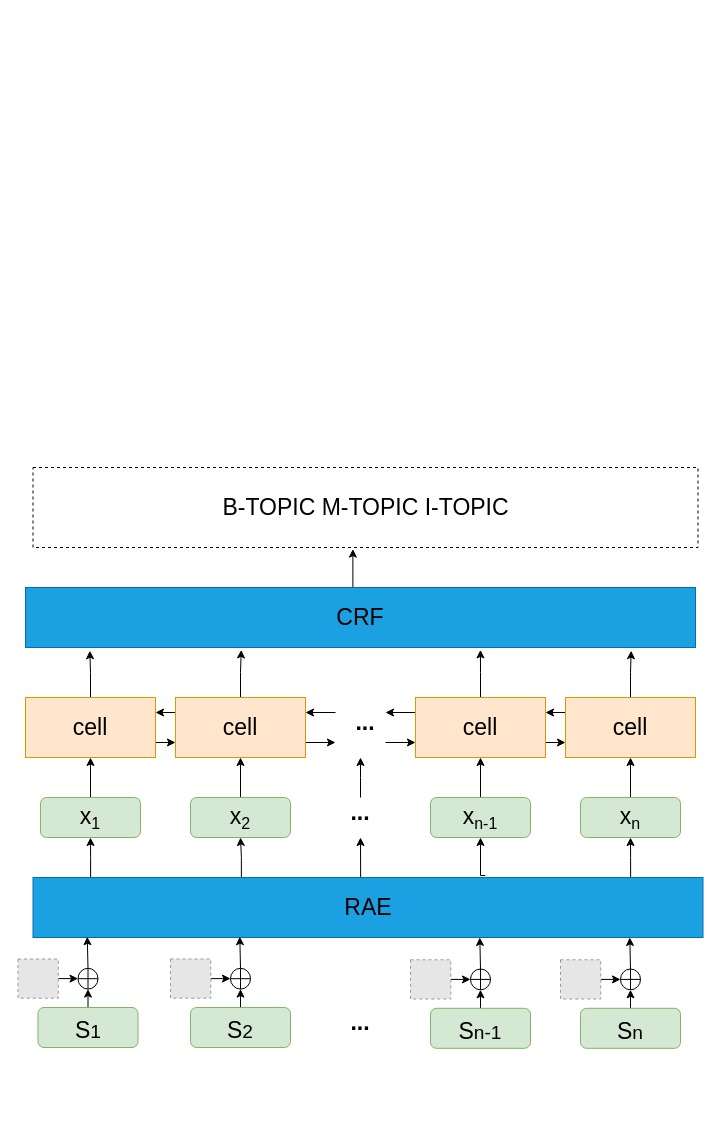
Earlier version of the draw.io diagram paper/对话摘要主题模型.drawio (jacmule/drwaIO). Source tidied: cells renumbered, new cells numbered last; positions are measured from the earlier drawing's top-left corner, leaving out a move shared by most shapes. Both pictures are drawn from the tidied source at 100%, with x=0, y=0 at pixel (17, 467). Pictures stored in the file or linked from it are replaced by grey dashed boxes.
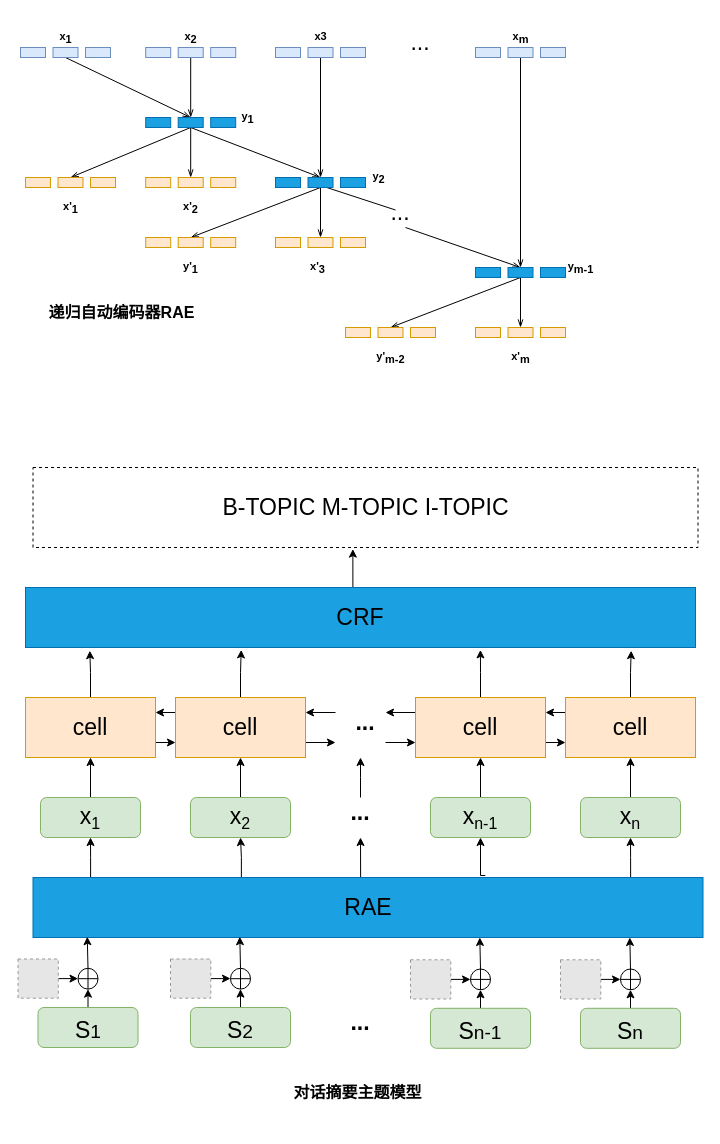
The same page after the edit.

Commit message:
增加 递归自动编码器

What changed in the source:
```diff
@@
+    <mxCell id="63" style="rounded=0;whiteSpace=wrap;html=1;fontSize=23;strokeWidth=1;fillColor=#dae8fc;strokeColor=#6c8ebf;" parent="1" vertex="1">
+      <mxGeometry x="3" y="-420" width="25" height="10" as="geometry" />
+    </mxCell>
+    <mxCell id="64" style="edgeStyle=none;rounded=0;jettySize=auto;html=1;exitX=0.5;exitY=1;exitDx=0;exitDy=0;entryX=0.5;entryY=0;entryDx=0;entryDy=0;fontSize=23;fontColor=#000000;strokeWidth=1;endArrow=openThin;endFill=0;" parent="1" edge="1" source="65" target="83">
+      <mxGeometry relative="1" as="geometry" />
+    </mxCell>
+    <mxCell id="65" style="rounded=0;whiteSpace=wrap;html=1;fontSize=23;strokeWidth=1;fillColor=#dae8fc;strokeColor=#6c8ebf;" parent="1" vertex="1">
+      <mxGeometry x="35.5" y="-420" width="25" height="10" as="geometry" />
+    </mxCell>
+    <mxCell id="66" style="rounded=0;whiteSpace=wrap;html=1;fontSize=23;strokeWidth=1;fillColor=#dae8fc;strokeColor=#6c8ebf;" parent="1" vertex="1">
+      <mxGeometry x="68" y="-420" width="25" height="10" as="geometry" />
+    </mxCell>
+    <mxCell id="67" style="rounded=0;whiteSpace=wrap;html=1;fontSize=23;strokeWidth=1;fillColor=#dae8fc;strokeColor=#6c8ebf;" parent="1" vertex="1">
+      <mxGeometry x="128.2" y="-420" width="25" height="10" as="geometry" />
+    </mxCell>
+    <mxCell id="68" style="edgeStyle=none;rounded=0;jettySize=auto;html=1;exitX=0.5;exitY=1;exitDx=0;exitDy=0;entryX=0.5;entryY=0;entryDx=0;entryDy=0;fontSize=23;fontColor=#000000;endArrow=openThin;endFill=0;" parent="1" edge="1" source="69" target="83">
+      <mxGeometry relative="1" as="geometry" />
+    </mxCell>
+    <mxCell id="69" style="rounded=0;whiteSpace=wrap;html=1;fontSize=23;strokeWidth=1;fillColor=#dae8fc;strokeColor=#6c8ebf;" parent="1" vertex="1">
+      <mxGeometry x="160.7" y="-420" width="25" height="10" as="geometry" />
+    </mxCell>
+    <mxCell id="70" style="rounded=0;whiteSpace=wrap;html=1;fontSize=23;strokeWidth=1;fillColor=#dae8fc;strokeColor=#6c8ebf;" parent="1" vertex="1">
+      <mxGeometry x="193.2" y="-420" width="25" height="10" as="geometry" />
+    </mxCell>
+    <mxCell id="71" style="rounded=0;whiteSpace=wrap;html=1;fontSize=23;strokeWidth=1;fillColor=#dae8fc;strokeColor=#6c8ebf;" parent="1" vertex="1">
+      <mxGeometry x="258" y="-420" width="25" height="10" as="geometry" />
+    </mxCell>
+    <mxCell id="72" style="edgeStyle=none;rounded=0;jettySize=auto;html=1;exitX=0.5;exitY=1;exitDx=0;exitDy=0;fontSize=23;fontColor=#000000;endArrow=openThin;endFill=0;strokeWidth=1;" parent="1" edge="1" source="73">
+      <mxGeometry relative="1" as="geometry">
+        <mxPoint x="303" y="-290" as="targetPoint" />
+      </mxGeometry>
+    </mxCell>
+    <mxCell id="73" style="rounded=0;whiteSpace=wrap;html=1;fontSize=23;strokeWidth=1;fillColor=#dae8fc;strokeColor=#6c8ebf;" parent="1" vertex="1">
+      <mxGeometry x="290.5" y="-420" width="25" height="10" as="geometry" />
+    </mxCell>
+    <mxCell id="74" style="rounded=0;whiteSpace=wrap;html=1;fontSize=23;strokeWidth=1;fillColor=#dae8fc;strokeColor=#6c8ebf;" parent="1" vertex="1">
+      <mxGeometry x="323" y="-420" width="25" height="10" as="geometry" />
+    </mxCell>
+    <mxCell id="75" style="rounded=0;whiteSpace=wrap;html=1;fontSize=23;strokeWidth=1;fillColor=#dae8fc;strokeColor=#6c8ebf;" parent="1" vertex="1">
+      <mxGeometry x="458" y="-420" width="25" height="10" as="geometry" />
+    </mxCell>
+    <mxCell id="76" style="edgeStyle=none;rounded=0;jettySize=auto;html=1;exitX=0.5;exitY=1;exitDx=0;exitDy=0;entryX=0.5;entryY=0;entryDx=0;entryDy=0;fontSize=23;fontColor=#000000;endArrow=openThin;endFill=0;strokeWidth=1;" parent="1" edge="1" source="77" target="109">
+      <mxGeometry relative="1" as="geometry" />
+    </mxCell>
+    <mxCell id="77" style="rounded=0;whiteSpace=wrap;html=1;fontSize=23;strokeWidth=1;fillColor=#dae8fc;strokeColor=#6c8ebf;" parent="1" vertex="1">
+      <mxGeometry x="490.5" y="-420" width="25" height="10" as="geometry" />
+    </mxCell>
+    <mxCell id="78" style="rounded=0;whiteSpace=wrap;html=1;fontSize=23;strokeWidth=1;fillColor=#dae8fc;strokeColor=#6c8ebf;" parent="1" vertex="1">
+      <mxGeometry x="523" y="-420" width="25" height="10" as="geometry" />
+    </mxCell>
+    <mxCell id="79" style="rounded=0;whiteSpace=wrap;html=1;fontSize=23;fontColor=#ffffff;strokeWidth=1;fillColor=#1ba1e2;strokeColor=#006EAF;" parent="1" vertex="1">
+      <mxGeometry x="128.2" y="-350" width="25" height="10" as="geometry" />
+    </mxCell>
+    <mxCell id="80" style="edgeStyle=none;rounded=0;jettySize=auto;html=1;exitX=0.5;exitY=1;exitDx=0;exitDy=0;entryX=0.5;entryY=0;entryDx=0;entryDy=0;fontSize=23;fontColor=#000000;endArrow=openThin;endFill=0;" parent="1" edge="1" source="83" target="86">
+      <mxGeometry relative="1" as="geometry" />
+    </mxCell>
+    <mxCell id="81" style="edgeStyle=none;rounded=0;jettySize=auto;html=1;exitX=0.5;exitY=1;exitDx=0;exitDy=0;entryX=0.5;entryY=0;entryDx=0;entryDy=0;fontSize=23;fontColor=#000000;endArrow=openThin;endFill=0;" parent="1" edge="1" source="83" target="89">
+      <mxGeometry relative="1" as="geometry" />
+    </mxCell>
+    <mxCell id="82" style="edgeStyle=none;rounded=0;jettySize=auto;html=1;exitX=0.5;exitY=1;exitDx=0;exitDy=0;entryX=0.5;entryY=0;entryDx=0;entryDy=0;fontSize=23;fontColor=#000000;endArrow=openThin;endFill=0;strokeWidth=1;" parent="1" edge="1" source="83" target="95">
+      <mxGeometry relative="1" as="geometry" />
+    </mxCell>
+    <mxCell id="83" style="rounded=0;whiteSpace=wrap;html=1;fontSize=23;fontColor=#ffffff;strokeWidth=1;fillColor=#1ba1e2;strokeColor=#006EAF;" parent="1" vertex="1">
+      <mxGeometry x="160.7" y="-350" width="25" height="10" as="geometry" />
+    </mxCell>
+    <mxCell id="84" style="rounded=0;whiteSpace=wrap;html=1;fontSize=23;fontColor=#ffffff;strokeWidth=1;fillColor=#1ba1e2;strokeColor=#006EAF;" parent="1" vertex="1">
+      <mxGeometry x="193.2" y="-350" width="25" height="10" as="geometry" />
+    </mxCell>
+    <mxCell id="85" style="rounded=0;whiteSpace=wrap;html=1;fontSize=23;strokeWidth=1;fillColor=#ffe6cc;strokeColor=#d79b00;" parent="1" vertex="1">
+      <mxGeometry x="8" y="-290" width="25" height="10" as="geometry" />
+    </mxCell>
+    <mxCell id="86" style="rounded=0;whiteSpace=wrap;html=1;fontSize=23;strokeWidth=1;fillColor=#ffe6cc;strokeColor=#d79b00;" parent="1" vertex="1">
+      <mxGeometry x="40.5" y="-290" width="25" height="10" as="geometry" />
+    </mxCell>
+    <mxCell id="87" style="rounded=0;whiteSpace=wrap;html=1;fontSize=23;strokeWidth=1;fillColor=#ffe6cc;strokeColor=#d79b00;" parent="1" vertex="1">
+      <mxGeometry x="73" y="-290" width="25" height="10" as="geometry" />
+    </mxCell>
+    <mxCell id="88" style="rounded=0;whiteSpace=wrap;html=1;fontSize=23;strokeWidth=1;fillColor=#ffe6cc;strokeColor=#d79b00;" parent="1" vertex="1">
+      <mxGeometry x="128.2" y="-290" width="25" height="10" as="geometry" />
+    </mxCell>
+    <mxCell id="89" style="rounded=0;whiteSpace=wrap;html=1;fontSize=23;strokeWidth=1;fillColor=#ffe6cc;strokeColor=#d79b00;" parent="1" vertex="1">
+      <mxGeometry x="160.7" y="-290" width="25" height="10" as="geometry" />
+    </mxCell>
+    <mxCell id="90" style="rounded=0;whiteSpace=wrap;html=1;fontSize=23;strokeWidth=1;fillColor=#ffe6cc;strokeColor=#d79b00;" parent="1" vertex="1">
+      <mxGeometry x="193.2" y="-290" width="25" height="10" as="geometry" />
+    </mxCell>
+    <mxCell id="91" style="rounded=0;whiteSpace=wrap;html=1;fontSize=23;fontColor=#ffffff;strokeWidth=1;fillColor=#1ba1e2;strokeColor=#006EAF;" parent="1" vertex="1">
+      <mxGeometry x="258" y="-290" width="25" height="10" as="geometry" />
+    </mxCell>
+    <mxCell id="92" style="edgeStyle=none;rounded=0;jettySize=auto;html=1;exitX=0.5;exitY=1;exitDx=0;exitDy=0;entryX=0.5;entryY=0;entryDx=0;entryDy=0;fontSize=23;fontColor=#000000;endArrow=openThin;endFill=0;strokeWidth=1;" parent="1" edge="1" source="95" target="101">
+      <mxGeometry relative="1" as="geometry" />
+    </mxCell>
+    <mxCell id="93" style="edgeStyle=none;rounded=0;jettySize=auto;html=1;exitX=0.5;exitY=1;exitDx=0;exitDy=0;entryX=0.5;entryY=0;entryDx=0;entryDy=0;fontSize=23;fontColor=#000000;endArrow=openThin;endFill=0;strokeWidth=1;" parent="1" edge="1" source="95" target="98">
+      <mxGeometry relative="1" as="geometry" />
+    </mxCell>
+    <mxCell id="94" style="edgeStyle=none;rounded=0;jettySize=auto;html=1;exitX=0.75;exitY=1;exitDx=0;exitDy=0;fontSize=23;fontColor=#000000;endArrow=none;endFill=0;strokeWidth=1;entryX=0;entryY=0.25;entryDx=0;entryDy=0;" parent="1" edge="1" source="95" target="103">
+      <mxGeometry relative="1" as="geometry" />
+    </mxCell>
+    <mxCell id="95" style="rounded=0;whiteSpace=wrap;html=1;fontSize=23;fontColor=#ffffff;strokeWidth=1;fillColor=#1ba1e2;strokeColor=#006EAF;" parent="1" vertex="1">
+      <mxGeometry x="290.5" y="-290" width="25" height="10" as="geometry" />
+    </mxCell>
+    <mxCell id="96" style="rounded=0;whiteSpace=wrap;html=1;fontSize=23;fontColor=#ffffff;strokeWidth=1;fillColor=#1ba1e2;strokeColor=#006EAF;" parent="1" vertex="1">
+      <mxGeometry x="323" y="-290" width="25" height="10" as="geometry" />
+    </mxCell>
+    <mxCell id="97" style="rounded=0;whiteSpace=wrap;html=1;fontSize=23;strokeWidth=1;fillColor=#ffe6cc;strokeColor=#d79b00;" parent="1" vertex="1">
+      <mxGeometry x="258" y="-230" width="25" height="10" as="geometry" />
+    </mxCell>
+    <mxCell id="98" style="rounded=0;whiteSpace=wrap;html=1;fontSize=23;strokeWidth=1;fillColor=#ffe6cc;strokeColor=#d79b00;" parent="1" vertex="1">
+      <mxGeometry x="290.5" y="-230" width="25" height="10" as="geometry" />
+    </mxCell>
+    <mxCell id="99" style="rounded=0;whiteSpace=wrap;html=1;fontSize=23;strokeWidth=1;fillColor=#ffe6cc;strokeColor=#d79b00;" parent="1" vertex="1">
+      <mxGeometry x="323" y="-230" width="25" height="10" as="geometry" />
+    </mxCell>
+    <mxCell id="100" style="rounded=0;whiteSpace=wrap;html=1;fontSize=23;strokeWidth=1;fillColor=#ffe6cc;strokeColor=#d79b00;" parent="1" vertex="1">
+      <mxGeometry x="128.2" y="-230" width="25" height="10" as="geometry" />
+    </mxCell>
+    <mxCell id="101" style="rounded=0;whiteSpace=wrap;html=1;fontSize=23;strokeWidth=1;fillColor=#ffe6cc;strokeColor=#d79b00;" parent="1" vertex="1">
+      <mxGeometry x="160.7" y="-230" width="25" height="10" as="geometry" />
+    </mxCell>
+    <mxCell id="102" style="rounded=0;whiteSpace=wrap;html=1;fontSize=23;strokeWidth=1;fillColor=#ffe6cc;strokeColor=#d79b00;" parent="1" vertex="1">
+      <mxGeometry x="193.2" y="-230" width="25" height="10" as="geometry" />
+    </mxCell>
+    <mxCell id="103" value="..." style="text;html=1;strokeColor=none;fillColor=none;align=center;verticalAlign=middle;whiteSpace=wrap;rounded=0;fontSize=23;fontColor=#000000;" parent="1" vertex="1">
+      <mxGeometry x="378" y="-260" width="10" height="10" as="geometry" />
+    </mxCell>
+    <mxCell id="104" value="..." style="text;html=1;strokeColor=none;fillColor=none;align=center;verticalAlign=middle;whiteSpace=wrap;rounded=0;fontSize=23;fontColor=#000000;" parent="1" vertex="1">
+      <mxGeometry x="398" y="-430" width="10" height="10" as="geometry" />
+    </mxCell>
+    <mxCell id="105" style="endArrow=openThin;html=1;rounded=0;fontSize=23;fontColor=#000000;strokeWidth=1;entryX=0.5;entryY=0;entryDx=0;entryDy=0;endFill=0;" parent="1" edge="1" target="109">
+      <mxGeometry relative="1" as="geometry">
+        <mxPoint x="388" y="-240" as="sourcePoint" />
+      </mxGeometry>
+    </mxCell>
+    <mxCell id="106" style="rounded=0;whiteSpace=wrap;html=1;fontSize=23;fontColor=#ffffff;strokeWidth=1;fillColor=#1ba1e2;strokeColor=#006EAF;" parent="1" vertex="1">
+      <mxGeometry x="458" y="-200" width="25" height="10" as="geometry" />
+    </mxCell>
+    <mxCell id="107" style="edgeStyle=none;rounded=0;jettySize=auto;html=1;exitX=0.5;exitY=1;exitDx=0;exitDy=0;entryX=0.5;entryY=0;entryDx=0;entryDy=0;fontSize=23;fontColor=#000000;endArrow=openThin;endFill=0;strokeWidth=1;" parent="1" edge="1" source="109" target="115">
+      <mxGeometry relative="1" as="geometry" />
+    </mxCell>
+    <mxCell id="108" style="edgeStyle=none;rounded=0;jettySize=auto;html=1;exitX=0.5;exitY=1;exitDx=0;exitDy=0;entryX=0.5;entryY=0;entryDx=0;entryDy=0;fontSize=23;fontColor=#000000;endArrow=openThin;endFill=0;strokeWidth=1;" parent="1" edge="1" source="109" target="112">
+      <mxGeometry relative="1" as="geometry" />
+    </mxCell>
+    <mxCell id="109" style="rounded=0;whiteSpace=wrap;html=1;fontSize=23;fontColor=#ffffff;strokeWidth=1;fillColor=#1ba1e2;strokeColor=#006EAF;" parent="1" vertex="1">
+      <mxGeometry x="490.5" y="-200" width="25" height="10" as="geometry" />
+    </mxCell>
+    <mxCell id="110" style="rounded=0;whiteSpace=wrap;html=1;fontSize=23;fontColor=#ffffff;strokeWidth=1;fillColor=#1ba1e2;strokeColor=#006EAF;" parent="1" vertex="1">
+      <mxGeometry x="523" y="-200" width="25" height="10" as="geometry" />
+    </mxCell>
+    <mxCell id="111" style="rounded=0;whiteSpace=wrap;html=1;fontSize=23;strokeWidth=1;fillColor=#ffe6cc;strokeColor=#d79b00;" parent="1" vertex="1">
+      <mxGeometry x="458" y="-140" width="25" height="10" as="geometry" />
+    </mxCell>
+    <mxCell id="112" style="rounded=0;whiteSpace=wrap;html=1;fontSize=23;strokeWidth=1;fillColor=#ffe6cc;strokeColor=#d79b00;" parent="1" vertex="1">
+      <mxGeometry x="490.5" y="-140" width="25" height="10" as="geometry" />
+    </mxCell>
+    <mxCell id="113" style="rounded=0;whiteSpace=wrap;html=1;fontSize=23;strokeWidth=1;fillColor=#ffe6cc;strokeColor=#d79b00;" parent="1" vertex="1">
+      <mxGeometry x="523" y="-140" width="25" height="10" as="geometry" />
+    </mxCell>
+    <mxCell id="114" style="rounded=0;whiteSpace=wrap;html=1;fontSize=23;strokeWidth=1;fillColor=#ffe6cc;strokeColor=#d79b00;" parent="1" vertex="1">
+      <mxGeometry x="328" y="-140" width="25" height="10" as="geometry" />
+    </mxCell>
+    <mxCell id="115" style="rounded=0;whiteSpace=wrap;html=1;fontSize=23;strokeWidth=1;fillColor=#ffe6cc;strokeColor=#d79b00;" parent="1" vertex="1">
+      <mxGeometry x="360.5" y="-140" width="25" height="10" as="geometry" />
+    </mxCell>
+    <mxCell id="116" style="rounded=0;whiteSpace=wrap;html=1;fontSize=23;strokeWidth=1;fillColor=#ffe6cc;strokeColor=#d79b00;" parent="1" vertex="1">
+      <mxGeometry x="393" y="-140" width="25" height="10" as="geometry" />
+    </mxCell>
+    <mxCell id="117" value="&lt;font style=&quot;font-size: 11px&quot;&gt;&lt;b&gt;x&lt;sub style=&quot;font-size: 11px&quot;&gt;1&lt;/sub&gt;&lt;/b&gt;&lt;/font&gt;" style="text;html=1;strokeColor=none;fillColor=none;align=center;verticalAlign=middle;whiteSpace=wrap;rounded=0;fontSize=23;fontColor=#000000;" parent="1" vertex="1">
+      <mxGeometry x="20.5" y="-450" width="55" height="30" as="geometry" />
+    </mxCell>
+    <mxCell id="118" value="&lt;font style=&quot;font-size: 11px&quot;&gt;&lt;b&gt;x&lt;sub style=&quot;font-size: 11px&quot;&gt;2&lt;/sub&gt;&lt;/b&gt;&lt;/font&gt;" style="text;html=1;strokeColor=none;fillColor=none;align=center;verticalAlign=middle;whiteSpace=wrap;rounded=0;fontSize=23;fontColor=#000000;" parent="1" vertex="1">
+      <mxGeometry x="145.7" y="-450" width="55" height="30" as="geometry" />
+    </mxCell>
+    <mxCell id="119" value="&lt;font style=&quot;font-size: 11px&quot;&gt;&lt;b&gt;x3&lt;/b&gt;&lt;/font&gt;" style="text;html=1;strokeColor=none;fillColor=none;align=center;verticalAlign=middle;whiteSpace=wrap;rounded=0;fontSize=23;fontColor=#000000;" parent="1" vertex="1">
+      <mxGeometry x="275.5" y="-450" width="55" height="30" as="geometry" />
+    </mxCell>
+    <mxCell id="120" value="&lt;font style=&quot;font-size: 11px&quot;&gt;&lt;b&gt;x&lt;sub style=&quot;font-size: 11px&quot;&gt;m&lt;/sub&gt;&lt;/b&gt;&lt;/font&gt;" style="text;html=1;strokeColor=none;fillColor=none;align=center;verticalAlign=middle;whiteSpace=wrap;rounded=0;fontSize=23;fontColor=#000000;" parent="1" vertex="1">
+      <mxGeometry x="475.5" y="-450" width="55" height="30" as="geometry" />
+    </mxCell>
+    <mxCell id="121" value="&lt;font style=&quot;font-size: 11px&quot;&gt;&lt;b&gt;y&lt;sub style=&quot;font-size: 11px&quot;&gt;1&lt;/sub&gt;&lt;/b&gt;&lt;/font&gt;" style="text;html=1;strokeColor=none;fillColor=none;align=center;verticalAlign=middle;whiteSpace=wrap;rounded=0;fontSize=23;fontColor=#000000;" parent="1" vertex="1">
+      <mxGeometry x="203" y="-370" width="55" height="30" as="geometry" />
+    </mxCell>
+    <mxCell id="122" value="&lt;font style=&quot;font-size: 11px&quot;&gt;&lt;b&gt;y&lt;sub style=&quot;font-size: 11px&quot;&gt;2&lt;/sub&gt;&lt;/b&gt;&lt;/font&gt;" style="text;html=1;strokeColor=none;fillColor=none;align=center;verticalAlign=middle;whiteSpace=wrap;rounded=0;fontSize=23;fontColor=#000000;" parent="1" vertex="1">
+      <mxGeometry x="334" y="-310" width="55" height="30" as="geometry" />
+    </mxCell>
+    <mxCell id="123" value="&lt;font style=&quot;font-size: 11px&quot;&gt;&lt;b&gt;y&lt;sub style=&quot;font-size: 11px&quot;&gt;m-1&lt;/sub&gt;&lt;/b&gt;&lt;/font&gt;" style="text;html=1;strokeColor=none;fillColor=none;align=center;verticalAlign=middle;whiteSpace=wrap;rounded=0;fontSize=23;fontColor=#000000;" parent="1" vertex="1">
+      <mxGeometry x="535.6" y="-220" width="55" height="30" as="geometry" />
+    </mxCell>
+    <mxCell id="124" value="&lt;font style=&quot;font-size: 11px&quot;&gt;&lt;b&gt;x'&lt;sub style=&quot;font-size: 11px&quot;&gt;1&lt;/sub&gt;&lt;/b&gt;&lt;/font&gt;" style="text;html=1;strokeColor=none;fillColor=none;align=center;verticalAlign=middle;whiteSpace=wrap;rounded=0;fontSize=23;fontColor=#000000;" parent="1" vertex="1">
+      <mxGeometry x="25.5" y="-280" width="55" height="30" as="geometry" />
+    </mxCell>
+    <mxCell id="125" value="&lt;font style=&quot;font-size: 11px&quot;&gt;&lt;b&gt;x'&lt;sub style=&quot;font-size: 11px&quot;&gt;2&lt;/sub&gt;&lt;/b&gt;&lt;/font&gt;" style="text;html=1;strokeColor=none;fillColor=none;align=center;verticalAlign=middle;whiteSpace=wrap;rounded=0;fontSize=23;fontColor=#000000;" parent="1" vertex="1">
+      <mxGeometry x="145.7" y="-280" width="55" height="30" as="geometry" />
+    </mxCell>
+    <mxCell id="126" value="&lt;font style=&quot;font-size: 11px&quot;&gt;&lt;b&gt;y'&lt;sub style=&quot;font-size: 11px&quot;&gt;1&lt;/sub&gt;&lt;/b&gt;&lt;/font&gt;" style="text;html=1;strokeColor=none;fillColor=none;align=center;verticalAlign=middle;whiteSpace=wrap;rounded=0;fontSize=23;fontColor=#000000;" parent="1" vertex="1">
+      <mxGeometry x="145.7" y="-220" width="55" height="30" as="geometry" />
+    </mxCell>
+    <mxCell id="127" value="&lt;font style=&quot;font-size: 11px&quot;&gt;&lt;b&gt;x'&lt;sub style=&quot;font-size: 11px&quot;&gt;3&lt;/sub&gt;&lt;/b&gt;&lt;/font&gt;" style="text;html=1;strokeColor=none;fillColor=none;align=center;verticalAlign=middle;whiteSpace=wrap;rounded=0;fontSize=23;fontColor=#000000;" parent="1" vertex="1">
+      <mxGeometry x="273" y="-220" width="55" height="30" as="geometry" />
+    </mxCell>
+    <mxCell id="128" value="&lt;font style=&quot;font-size: 11px&quot;&gt;&lt;b&gt;y'&lt;sub style=&quot;font-size: 11px&quot;&gt;m-2&lt;/sub&gt;&lt;/b&gt;&lt;/font&gt;" style="text;html=1;strokeColor=none;fillColor=none;align=center;verticalAlign=middle;whiteSpace=wrap;rounded=0;fontSize=23;fontColor=#000000;" parent="1" vertex="1">
+      <mxGeometry x="345.5" y="-130" width="55" height="30" as="geometry" />
+    </mxCell>
+    <mxCell id="129" value="&lt;font style=&quot;font-size: 11px&quot;&gt;&lt;b&gt;x'&lt;sub style=&quot;font-size: 11px&quot;&gt;m&lt;/sub&gt;&lt;/b&gt;&lt;/font&gt;" style="text;html=1;strokeColor=none;fillColor=none;align=center;verticalAlign=middle;whiteSpace=wrap;rounded=0;fontSize=23;fontColor=#000000;" parent="1" vertex="1">
+      <mxGeometry x="475.5" y="-130" width="55" height="30" as="geometry" />
+    </mxCell>
+    <mxCell id="130" value="&lt;font style=&quot;font-size: 16px&quot;&gt;&lt;b&gt;递归自动编码器RAE&lt;/b&gt;&lt;/font&gt;" style="text;html=1;strokeColor=none;fillColor=none;align=center;verticalAlign=middle;whiteSpace=wrap;rounded=0;fontSize=11;fontColor=#000000;" parent="1" vertex="1">
+      <mxGeometry x="6" y="-190" width="197" height="70" as="geometry" />
+    </mxCell>
+    <mxCell id="131" value="&lt;font style=&quot;font-size: 16px&quot;&gt;&lt;b&gt;对话摘要主题模型&lt;/b&gt;&lt;/font&gt;" style="text;html=1;strokeColor=none;fillColor=none;align=center;verticalAlign=middle;whiteSpace=wrap;rounded=0;fontSize=11;fontColor=#000000;" parent="1" vertex="1">
+      <mxGeometry x="242" y="590" width="197" height="70" as="geometry" />
+    </mxCell>
```
